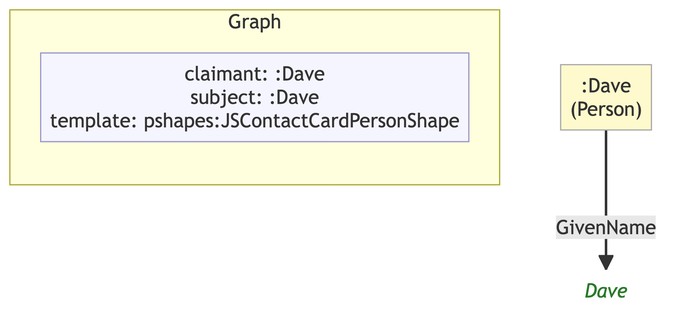
The Mermaid diagram example/graphs/images/graph-05.png in MeeFoundation/mia-ontologies, before a commit. Its source is kept beside it as example/graphs/images/graph-05.mmd.
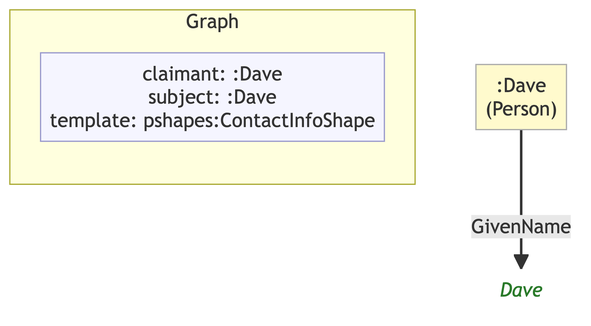
Later version of the same file.

The edit, as a diff of the source:
```diff
@@ -6,10 +6,10 @@
 
     subgraph ctx["Graph"]
         direction LR
-        ctx_meta["claimant: :Dave\nsubject: :Dave\ntemplate: pshapes:JSContactCardPersonShape"]:::meta
+        ctx_meta["claimant: :Dave\nsubject: :Dave\ntemplate: pshapes:ContactInfoShape"]:::meta
     end
 
     n1c28f5f47932[":Dave\n(Person)"]:::person
-    n0d1e3c30a2bd("Dave"):::lit
+    n6451dfdff636("Dave"):::lit
 
-    n1c28f5f47932 -->|"GivenName"| n0d1e3c30a2bd
+    n1c28f5f47932 -->|"GivenName"| n6451dfdff636
```
